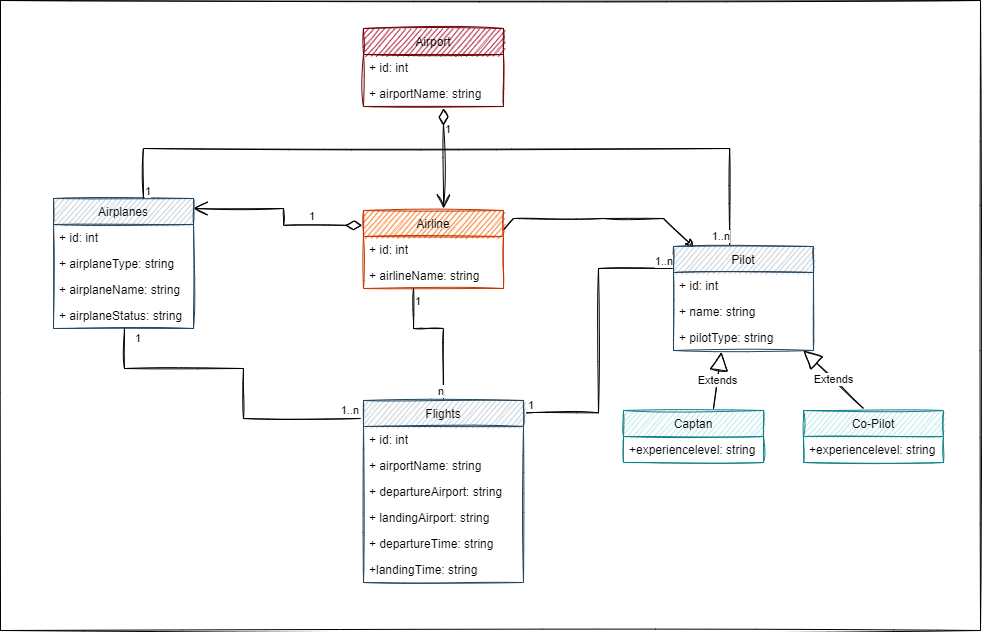
Earlier version of the draw.io export Uçuş Yönetim Sistemi.drawio.png (smyy96/PatikaOOP). Source tidied: cells renumbered, new cells last; positions are measured from the earlier drawing's top-left corner, leaving out a move shared by most shapes.
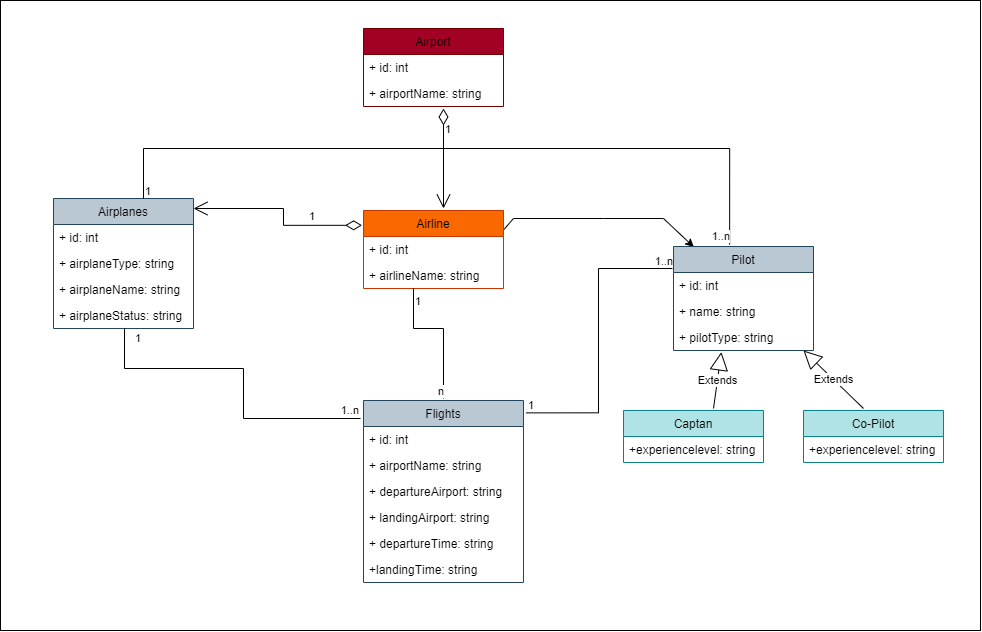
Later version of the same file.

Diff of the diagram source:
```diff
@@ -2,19 +2,19 @@
   <root>
     <mxCell id="0" />
     <mxCell id="1" parent="0" />
-    <mxCell id="2" style="rounded=0;whiteSpace=wrap;html=1;sketch=1;" parent="1" vertex="1">
+    <mxCell id="2" style="rounded=0;whiteSpace=wrap;html=1;" parent="1" vertex="1">
       <mxGeometry width="980" height="630" as="geometry" />
     </mxCell>
-    <mxCell id="3" value="Airport" style="swimlane;fontStyle=0;horizontal=1;startSize=26;fillColor=#a20025;strokeColor=#6F0000;fontColor=#000000;sketch=1;" parent="1" vertex="1">
+    <mxCell id="3" value="Airport" style="swimlane;fontStyle=0;horizontal=1;startSize=26;fillColor=#a20025;strokeColor=#6F0000;fontColor=#000000;rounded=0;" parent="1" vertex="1">
       <mxGeometry x="363" y="28" width="140" height="78" as="geometry" />
     </mxCell>
-    <mxCell id="4" value="+ id: int" style="text;strokeColor=none;fillColor=none;align=left;verticalAlign=top;spacingLeft=4;spacingRight=4;overflow=hidden;sketch=1;" parent="3" vertex="1">
+    <mxCell id="4" value="+ id: int" style="text;strokeColor=none;fillColor=none;align=left;verticalAlign=top;spacingLeft=4;spacingRight=4;overflow=hidden;rounded=0;" parent="3" vertex="1">
       <mxGeometry y="26" width="140" height="26" as="geometry" />
     </mxCell>
-    <mxCell id="5" value="+ airportName: string" style="text;strokeColor=none;fillColor=none;align=left;verticalAlign=top;spacingLeft=4;spacingRight=4;overflow=hidden;sketch=1;" parent="3" vertex="1">
+    <mxCell id="5" value="+ airportName: string" style="text;strokeColor=none;fillColor=none;align=left;verticalAlign=top;spacingLeft=4;spacingRight=4;overflow=hidden;rounded=0;" parent="3" vertex="1">
       <mxGeometry y="52" width="140" height="26" as="geometry" />
     </mxCell>
-    <mxCell id="6" style="edgeStyle=none;rounded=0;jettySize=auto;html=1;exitX=1;exitY=0.25;exitDx=0;exitDy=0;entryX=0.145;entryY=0.005;entryDx=0;entryDy=0;entryPerimeter=0;sketch=1;" parent="1" edge="1" source="7" target="25">
+    <mxCell id="6" style="edgeStyle=none;rounded=0;jettySize=auto;html=1;exitX=1;exitY=0.25;exitDx=0;exitDy=0;entryX=0.145;entryY=0.005;entryDx=0;entryDy=0;entryPerimeter=0;" parent="1" edge="1" source="7" target="25">
       <mxGeometry relative="1" as="geometry">
         <Array as="points">
           <mxPoint x="513" y="218" />
@@ -23,16 +23,16 @@
         </Array>
       </mxGeometry>
     </mxCell>
-    <mxCell id="7" value="Airline" style="swimlane;fontStyle=0;horizontal=1;startSize=26;fillColor=#fa6800;fontColor=#000000;strokeColor=#C73500;sketch=1;" parent="1" vertex="1">
+    <mxCell id="7" value="Airline" style="swimlane;fontStyle=0;horizontal=1;startSize=26;fillColor=#fa6800;fontColor=#000000;strokeColor=#C73500;rounded=0;" parent="1" vertex="1">
       <mxGeometry x="363" y="210" width="140" height="78" as="geometry" />
     </mxCell>
-    <mxCell id="8" value="+ id: int" style="text;strokeColor=none;fillColor=none;align=left;verticalAlign=top;spacingLeft=4;spacingRight=4;overflow=hidden;sketch=1;" parent="7" vertex="1">
+    <mxCell id="8" value="+ id: int" style="text;strokeColor=none;fillColor=none;align=left;verticalAlign=top;spacingLeft=4;spacingRight=4;overflow=hidden;rounded=0;" parent="7" vertex="1">
       <mxGeometry y="26" width="140" height="26" as="geometry" />
     </mxCell>
-    <mxCell id="9" value="+ airlineName: string" style="text;strokeColor=none;fillColor=none;align=left;verticalAlign=top;spacingLeft=4;spacingRight=4;overflow=hidden;sketch=1;" parent="7" vertex="1">
+    <mxCell id="9" value="+ airlineName: string" style="text;strokeColor=none;fillColor=none;align=left;verticalAlign=top;spacingLeft=4;spacingRight=4;overflow=hidden;rounded=0;" parent="7" vertex="1">
       <mxGeometry y="52" width="140" height="26" as="geometry" />
     </mxCell>
-    <mxCell id="10" style="endArrow=none;html=1;edgeStyle=orthogonalEdgeStyle;rounded=0;sketch=1;" parent="7" edge="1">
+    <mxCell id="10" style="endArrow=none;html=1;edgeStyle=orthogonalEdgeStyle;rounded=0;" parent="7" edge="1">
       <mxGeometry relative="1" as="geometry">
         <mxPoint x="50" y="78" as="sourcePoint" />
         <mxPoint x="80" y="188" as="targetPoint" />
@@ -42,75 +42,75 @@
         </Array>
       </mxGeometry>
     </mxCell>
-    <mxCell id="11" value="1" style="edgeLabel;html=1;align=left;verticalAlign=bottom;sketch=1;" parent="10" vertex="1">
+    <mxCell id="11" value="1" style="edgeLabel;html=1;align=left;verticalAlign=bottom;rounded=0;" parent="10" vertex="1">
       <mxGeometry x="-1" relative="1" as="geometry">
         <mxPoint y="20" as="offset" />
       </mxGeometry>
     </mxCell>
-    <mxCell id="12" value="n&lt;br&gt;" style="edgeLabel;html=1;align=right;verticalAlign=bottom;sketch=1;" parent="10" vertex="1">
+    <mxCell id="12" value="n&lt;br&gt;" style="edgeLabel;html=1;align=right;verticalAlign=bottom;rounded=0;" parent="10" vertex="1">
       <mxGeometry x="1" relative="1" as="geometry" />
     </mxCell>
-    <mxCell id="13" value="Airplanes" style="swimlane;fontStyle=0;horizontal=1;startSize=26;fillColor=#bac8d3;strokeColor=#23445d;sketch=1;" parent="1" vertex="1">
+    <mxCell id="13" value="Airplanes" style="swimlane;fontStyle=0;horizontal=1;startSize=26;fillColor=#bac8d3;strokeColor=#23445d;rounded=0;" parent="1" vertex="1">
       <mxGeometry x="53" y="198" width="140" height="130" as="geometry" />
     </mxCell>
-    <mxCell id="14" value="+ id: int" style="text;strokeColor=none;fillColor=none;align=left;verticalAlign=top;spacingLeft=4;spacingRight=4;overflow=hidden;sketch=1;" parent="13" vertex="1">
+    <mxCell id="14" value="+ id: int" style="text;strokeColor=none;fillColor=none;align=left;verticalAlign=top;spacingLeft=4;spacingRight=4;overflow=hidden;rounded=0;" parent="13" vertex="1">
       <mxGeometry y="26" width="140" height="26" as="geometry" />
     </mxCell>
-    <mxCell id="15" value="+ airplaneType: string" style="text;strokeColor=none;fillColor=none;align=left;verticalAlign=top;spacingLeft=4;spacingRight=4;overflow=hidden;sketch=1;" parent="13" vertex="1">
+    <mxCell id="15" value="+ airplaneType: string" style="text;strokeColor=none;fillColor=none;align=left;verticalAlign=top;spacingLeft=4;spacingRight=4;overflow=hidden;rounded=0;" parent="13" vertex="1">
       <mxGeometry y="52" width="140" height="26" as="geometry" />
     </mxCell>
-    <mxCell id="16" value="+ airplaneName: string" style="text;strokeColor=none;fillColor=none;align=left;verticalAlign=top;spacingLeft=4;spacingRight=4;overflow=hidden;sketch=1;" parent="13" vertex="1">
+    <mxCell id="16" value="+ airplaneName: string" style="text;strokeColor=none;fillColor=none;align=left;verticalAlign=top;spacingLeft=4;spacingRight=4;overflow=hidden;rounded=0;" parent="13" vertex="1">
       <mxGeometry y="78" width="140" height="26" as="geometry" />
     </mxCell>
-    <mxCell id="17" value="+ airplaneStatus: string" style="text;strokeColor=none;fillColor=none;align=left;verticalAlign=top;spacingLeft=4;spacingRight=4;overflow=hidden;sketch=1;" parent="13" vertex="1">
+    <mxCell id="17" value="+ airplaneStatus: string" style="text;strokeColor=none;fillColor=none;align=left;verticalAlign=top;spacingLeft=4;spacingRight=4;overflow=hidden;rounded=0;" parent="13" vertex="1">
       <mxGeometry y="104" width="140" height="26" as="geometry" />
     </mxCell>
-    <mxCell id="18" value="Flights" style="swimlane;fontStyle=0;horizontal=1;startSize=26;fillColor=#bac8d3;strokeColor=#23445d;sketch=1;" parent="1" vertex="1">
+    <mxCell id="18" value="Flights" style="swimlane;fontStyle=0;horizontal=1;startSize=26;fillColor=#bac8d3;strokeColor=#23445d;rounded=0;" parent="1" vertex="1">
       <mxGeometry x="363" y="400" width="160" height="182" as="geometry" />
     </mxCell>
-    <mxCell id="19" value="+ id: int" style="text;strokeColor=none;fillColor=none;align=left;verticalAlign=top;spacingLeft=4;spacingRight=4;overflow=hidden;sketch=1;" parent="18" vertex="1">
+    <mxCell id="19" value="+ id: int" style="text;strokeColor=none;fillColor=none;align=left;verticalAlign=top;spacingLeft=4;spacingRight=4;overflow=hidden;rounded=0;" parent="18" vertex="1">
       <mxGeometry y="26" width="160" height="26" as="geometry" />
     </mxCell>
-    <mxCell id="20" value="+ airportName: string" style="text;strokeColor=none;fillColor=none;align=left;verticalAlign=top;spacingLeft=4;spacingRight=4;overflow=hidden;sketch=1;" parent="18" vertex="1">
+    <mxCell id="20" value="+ airportName: string" style="text;strokeColor=none;fillColor=none;align=left;verticalAlign=top;spacingLeft=4;spacingRight=4;overflow=hidden;rounded=0;" parent="18" vertex="1">
       <mxGeometry y="52" width="160" height="26" as="geometry" />
     </mxCell>
-    <mxCell id="21" value="+ departureAirport: string" style="text;strokeColor=none;fillColor=none;align=left;verticalAlign=top;spacingLeft=4;spacingRight=4;overflow=hidden;sketch=1;" parent="18" vertex="1">
+    <mxCell id="21" value="+ departureAirport: string" style="text;strokeColor=none;fillColor=none;align=left;verticalAlign=top;spacingLeft=4;spacingRight=4;overflow=hidden;rounded=0;" parent="18" vertex="1">
       <mxGeometry y="78" width="160" height="26" as="geometry" />
     </mxCell>
-    <mxCell id="22" value="+ landingAirport: string" style="text;strokeColor=none;fillColor=none;align=left;verticalAlign=top;spacingLeft=4;spacingRight=4;overflow=hidden;sketch=1;" parent="18" vertex="1">
+    <mxCell id="22" value="+ landingAirport: string" style="text;strokeColor=none;fillColor=none;align=left;verticalAlign=top;spacingLeft=4;spacingRight=4;overflow=hidden;rounded=0;" parent="18" vertex="1">
       <mxGeometry y="104" width="160" height="26" as="geometry" />
     </mxCell>
-    <mxCell id="23" value="+ departureTime: string" style="text;strokeColor=none;fillColor=none;align=left;verticalAlign=top;spacingLeft=4;spacingRight=4;overflow=hidden;sketch=1;" parent="18" vertex="1">
+    <mxCell id="23" value="+ departureTime: string" style="text;strokeColor=none;fillColor=none;align=left;verticalAlign=top;spacingLeft=4;spacingRight=4;overflow=hidden;rounded=0;" parent="18" vertex="1">
       <mxGeometry y="130" width="160" height="26" as="geometry" />
     </mxCell>
-    <mxCell id="24" value="+landingTime: string" style="text;strokeColor=none;fillColor=none;align=left;verticalAlign=top;spacingLeft=4;spacingRight=4;overflow=hidden;sketch=1;" parent="18" vertex="1">
+    <mxCell id="24" value="+landingTime: string" style="text;strokeColor=none;fillColor=none;align=left;verticalAlign=top;spacingLeft=4;spacingRight=4;overflow=hidden;rounded=0;" parent="18" vertex="1">
       <mxGeometry y="156" width="160" height="26" as="geometry" />
     </mxCell>
-    <mxCell id="25" value="Pilot" style="swimlane;fontStyle=0;horizontal=1;startSize=26;fillColor=#bac8d3;strokeColor=#23445d;sketch=1;" parent="1" vertex="1">
+    <mxCell id="25" value="Pilot" style="swimlane;fontStyle=0;horizontal=1;startSize=26;fillColor=#bac8d3;strokeColor=#23445d;rounded=0;" parent="1" vertex="1">
       <mxGeometry x="673" y="246" width="140" height="104" as="geometry" />
     </mxCell>
-    <mxCell id="26" value="+ id: int" style="text;strokeColor=none;fillColor=none;align=left;verticalAlign=top;spacingLeft=4;spacingRight=4;overflow=hidden;sketch=1;" parent="25" vertex="1">
+    <mxCell id="26" value="+ id: int" style="text;strokeColor=none;fillColor=none;align=left;verticalAlign=top;spacingLeft=4;spacingRight=4;overflow=hidden;rounded=0;" parent="25" vertex="1">
       <mxGeometry y="26" width="140" height="26" as="geometry" />
     </mxCell>
-    <mxCell id="27" value="+ name: string" style="text;strokeColor=none;fillColor=none;align=left;verticalAlign=top;spacingLeft=4;spacingRight=4;overflow=hidden;sketch=1;" parent="25" vertex="1">
+    <mxCell id="27" value="+ name: string" style="text;strokeColor=none;fillColor=none;align=left;verticalAlign=top;spacingLeft=4;spacingRight=4;overflow=hidden;rounded=0;" parent="25" vertex="1">
       <mxGeometry y="52" width="140" height="26" as="geometry" />
     </mxCell>
-    <mxCell id="28" value="+ pilotType: string" style="text;strokeColor=none;fillColor=none;align=left;verticalAlign=top;spacingLeft=4;spacingRight=4;overflow=hidden;points=[[0,0.5],[1,0.5]];portConstraint=eastwest;sketch=1;" parent="25" vertex="1">
+    <mxCell id="28" value="+ pilotType: string" style="text;strokeColor=none;fillColor=none;align=left;verticalAlign=top;spacingLeft=4;spacingRight=4;overflow=hidden;points=[[0,0.5],[1,0.5]];portConstraint=eastwest;rounded=0;" parent="25" vertex="1">
       <mxGeometry y="78" width="140" height="26" as="geometry" />
     </mxCell>
-    <mxCell id="29" value="Captan" style="swimlane;fontStyle=0;horizontal=1;startSize=26;fillColor=#b0e3e6;strokeColor=#0e8088;sketch=1;" parent="1" vertex="1">
+    <mxCell id="29" value="Captan" style="swimlane;fontStyle=0;horizontal=1;startSize=26;fillColor=#b0e3e6;strokeColor=#0e8088;rounded=0;" parent="1" vertex="1">
       <mxGeometry x="623" y="410" width="140" height="52" as="geometry" />
     </mxCell>
-    <mxCell id="30" value="+experiencelevel: string" style="text;strokeColor=none;fillColor=none;align=left;verticalAlign=top;spacingLeft=4;spacingRight=4;overflow=hidden;sketch=1;" parent="29" vertex="1">
+    <mxCell id="30" value="+experiencelevel: string" style="text;strokeColor=none;fillColor=none;align=left;verticalAlign=top;spacingLeft=4;spacingRight=4;overflow=hidden;rounded=0;" parent="29" vertex="1">
       <mxGeometry y="26" width="140" height="26" as="geometry" />
     </mxCell>
-    <mxCell id="31" value="Co-Pilot" style="swimlane;fontStyle=0;horizontal=1;startSize=26;fillColor=#b0e3e6;strokeColor=#0e8088;sketch=1;" parent="1" vertex="1">
+    <mxCell id="31" value="Co-Pilot" style="swimlane;fontStyle=0;horizontal=1;startSize=26;fillColor=#b0e3e6;strokeColor=#0e8088;rounded=0;" parent="1" vertex="1">
       <mxGeometry x="803" y="410" width="140" height="52" as="geometry" />
     </mxCell>
-    <mxCell id="32" value="+experiencelevel: string" style="text;strokeColor=none;fillColor=none;align=left;verticalAlign=top;spacingLeft=4;spacingRight=4;overflow=hidden;sketch=1;" parent="31" vertex="1">
+    <mxCell id="32" value="+experiencelevel: string" style="text;strokeColor=none;fillColor=none;align=left;verticalAlign=top;spacingLeft=4;spacingRight=4;overflow=hidden;rounded=0;" parent="31" vertex="1">
       <mxGeometry y="26" width="140" height="26" as="geometry" />
     </mxCell>
-    <mxCell id="33" value="1" style="endArrow=open;html=1;endSize=12;startArrow=diamondThin;startSize=14;startFill=0;edgeStyle=orthogonalEdgeStyle;align=left;verticalAlign=bottom;rounded=0;exitX=-0.01;exitY=0.19;exitDx=0;exitDy=0;exitPerimeter=0;sketch=1;" parent="1" edge="1" source="7">
+    <mxCell id="33" value="1" style="endArrow=open;html=1;endSize=12;startArrow=diamondThin;startSize=14;startFill=0;edgeStyle=orthogonalEdgeStyle;align=left;verticalAlign=bottom;rounded=0;exitX=-0.01;exitY=0.19;exitDx=0;exitDy=0;exitPerimeter=0;" parent="1" edge="1" source="7">
       <mxGeometry x="-0.41" relative="1" as="geometry">
         <mxPoint x="193" y="208" as="targetPoint" />
         <Array as="points">
@@ -119,7 +119,7 @@
         </Array>
       </mxGeometry>
     </mxCell>
-    <mxCell id="34" style="endArrow=none;html=1;edgeStyle=orthogonalEdgeStyle;rounded=0;entryX=-0.019;entryY=0.104;entryDx=0;entryDy=0;entryPerimeter=0;sketch=1;" parent="1" edge="1" target="18">
+    <mxCell id="34" style="endArrow=none;html=1;edgeStyle=orthogonalEdgeStyle;rounded=0;entryX=-0.019;entryY=0.104;entryDx=0;entryDy=0;entryPerimeter=0;" parent="1" edge="1" target="18">
       <mxGeometry relative="1" as="geometry">
         <mxPoint x="124" y="328" as="sourcePoint" />
         <Array as="points">
@@ -130,17 +130,17 @@
         </Array>
       </mxGeometry>
     </mxCell>
-    <mxCell id="35" value="1" style="edgeLabel;html=1;align=left;verticalAlign=bottom;sketch=1;" parent="34" vertex="1">
+    <mxCell id="35" value="1" style="edgeLabel;html=1;align=left;verticalAlign=bottom;rounded=0;" parent="34" vertex="1">
       <mxGeometry x="-1" relative="1" as="geometry">
         <mxPoint x="9" y="17" as="offset" />
       </mxGeometry>
     </mxCell>
-    <mxCell id="36" value="1..n" style="edgeLabel;html=1;align=right;verticalAlign=bottom;sketch=1;" parent="34" vertex="1">
+    <mxCell id="36" value="1..n" style="edgeLabel;html=1;align=right;verticalAlign=bottom;rounded=0;" parent="34" vertex="1">
       <mxGeometry x="1" relative="1" as="geometry">
         <mxPoint x="-2" y="-1" as="offset" />
       </mxGeometry>
     </mxCell>
-    <mxCell id="37" style="endArrow=none;html=1;edgeStyle=orthogonalEdgeStyle;rounded=0;exitX=1.018;exitY=0.068;exitDx=0;exitDy=0;exitPerimeter=0;sketch=1;" parent="1" edge="1" source="18">
+    <mxCell id="37" style="endArrow=none;html=1;edgeStyle=orthogonalEdgeStyle;rounded=0;exitX=1.018;exitY=0.068;exitDx=0;exitDy=0;exitPerimeter=0;" parent="1" edge="1" source="18">
       <mxGeometry relative="1" as="geometry">
         <mxPoint x="672" y="268" as="targetPoint" />
         <Array as="points">
@@ -150,24 +150,24 @@
         </Array>
       </mxGeometry>
     </mxCell>
-    <mxCell id="38" value="1" style="edgeLabel;html=1;align=left;verticalAlign=bottom;sketch=1;" parent="37" vertex="1">
+    <mxCell id="38" value="1" style="edgeLabel;html=1;align=left;verticalAlign=bottom;rounded=0;" parent="37" vertex="1">
       <mxGeometry x="-1" relative="1" as="geometry" />
     </mxCell>
-    <mxCell id="39" value="1..n" style="edgeLabel;html=1;align=right;verticalAlign=bottom;sketch=1;" parent="37" vertex="1">
+    <mxCell id="39" value="1..n" style="edgeLabel;html=1;align=right;verticalAlign=bottom;rounded=0;" parent="37" vertex="1">
       <mxGeometry x="1" relative="1" as="geometry" />
     </mxCell>
-    <mxCell id="40" value="Extends" style="endArrow=block;endSize=16;endFill=0;html=1;rounded=0;entryX=0.342;entryY=1.058;entryDx=0;entryDy=0;entryPerimeter=0;sketch=1;" parent="1" edge="1" target="28">
+    <mxCell id="40" value="Extends" style="endArrow=block;endSize=16;endFill=0;html=1;rounded=0;entryX=0.342;entryY=1.058;entryDx=0;entryDy=0;entryPerimeter=0;" parent="1" edge="1" target="28">
       <mxGeometry relative="1" as="geometry">
         <mxPoint x="713" y="408" as="sourcePoint" />
       </mxGeometry>
     </mxCell>
-    <mxCell id="41" value="Extends" style="endArrow=block;endSize=16;endFill=0;html=1;rounded=0;entryX=0.342;entryY=1.058;entryDx=0;entryDy=0;entryPerimeter=0;sketch=1;" parent="1" edge="1">
+    <mxCell id="41" value="Extends" style="endArrow=block;endSize=16;endFill=0;html=1;rounded=0;entryX=0.342;entryY=1.058;entryDx=0;entryDy=0;entryPerimeter=0;" parent="1" edge="1">
       <mxGeometry relative="1" as="geometry">
         <mxPoint x="863" y="408" as="sourcePoint" />
         <mxPoint x="803" y="350" as="targetPoint" />
       </mxGeometry>
     </mxCell>
-    <mxCell id="42" style="endArrow=none;html=1;edgeStyle=orthogonalEdgeStyle;rounded=0;entryX=0.401;entryY=-0.019;entryDx=0;entryDy=0;entryPerimeter=0;sketch=1;" parent="1" edge="1" target="25">
+    <mxCell id="42" style="endArrow=none;html=1;edgeStyle=orthogonalEdgeStyle;rounded=0;entryX=0.401;entryY=-0.019;entryDx=0;entryDy=0;entryPerimeter=0;" parent="1" edge="1" target="25">
       <mxGeometry relative="1" as="geometry">
         <mxPoint x="143" y="198" as="sourcePoint" />
         <Array as="points">
@@ -176,13 +176,13 @@
         </Array>
       </mxGeometry>
     </mxCell>
-    <mxCell id="43" value="1" style="edgeLabel;html=1;align=left;verticalAlign=bottom;sketch=1;" parent="42" vertex="1">
+    <mxCell id="43" value="1" style="edgeLabel;html=1;align=left;verticalAlign=bottom;rounded=0;" parent="42" vertex="1">
       <mxGeometry x="-1" relative="1" as="geometry" />
     </mxCell>
-    <mxCell id="44" value="1..n" style="edgeLabel;html=1;align=right;verticalAlign=bottom;sketch=1;" parent="42" vertex="1">
+    <mxCell id="44" value="1..n" style="edgeLabel;html=1;align=right;verticalAlign=bottom;rounded=0;" parent="42" vertex="1">
       <mxGeometry x="1" relative="1" as="geometry" />
     </mxCell>
-    <mxCell id="45" value="1" style="endArrow=open;html=1;endSize=12;startArrow=diamondThin;startSize=14;startFill=0;edgeStyle=orthogonalEdgeStyle;align=left;verticalAlign=bottom;rounded=0;sketch=1;" parent="1" edge="1">
+    <mxCell id="45" value="1" style="endArrow=open;html=1;endSize=12;startArrow=diamondThin;startSize=14;startFill=0;edgeStyle=orthogonalEdgeStyle;align=left;verticalAlign=bottom;rounded=0;" parent="1" edge="1">
       <mxGeometry x="-0.4" relative="1" as="geometry">
         <mxPoint x="443" y="108" as="sourcePoint" />
         <mxPoint x="443" y="208" as="targetPoint" />
```
